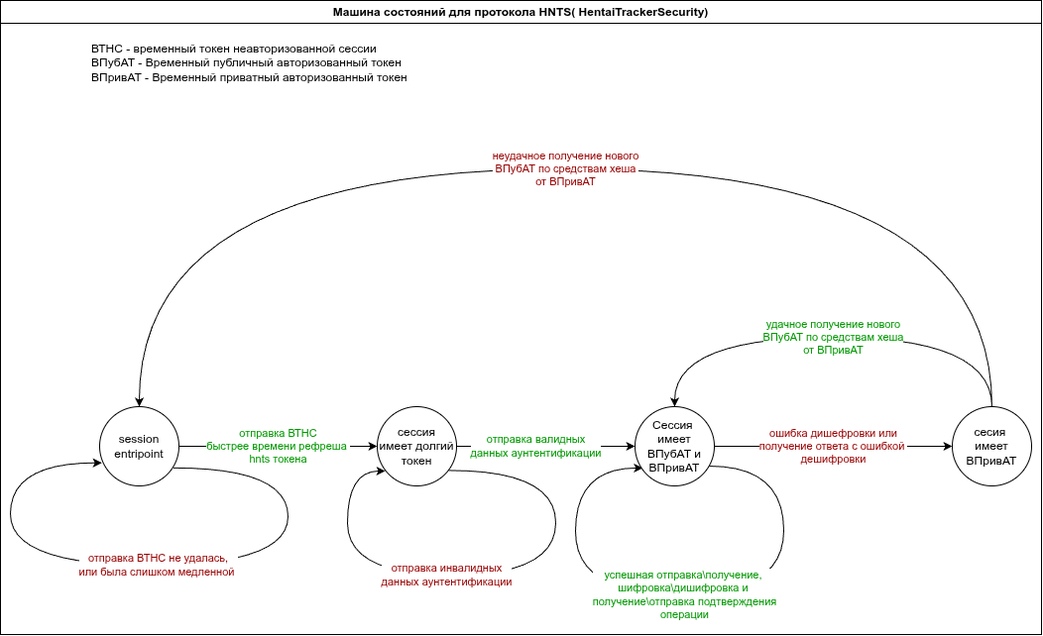
BlucherSKK/HentaiTraker keeps this draw.io diagram as doc/Машина состояний для протокола HNTS.png. Above is the earlier version. Source tidied: cells renumbered, new cells last; positions are measured from the earlier drawing's top-left corner, leaving out a move shared by most shapes.
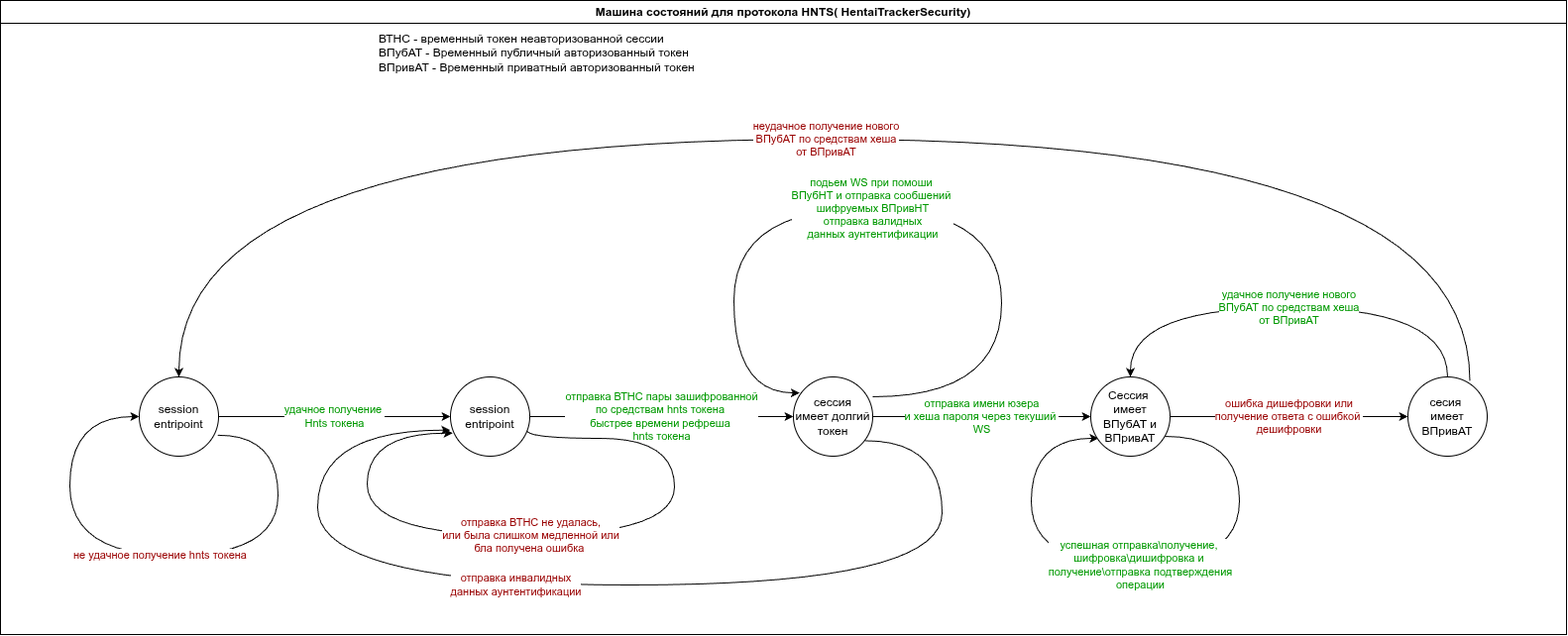
After the commit.

Commit message:
update security schema

Change to the diagram source:
```diff
@@ -2,83 +2,106 @@
   <root>
     <mxCell id="0" />
     <mxCell id="1" parent="0" />
+    <mxCell id="11" value="&lt;div&gt;ВТНС - временный токен неавторизованной сессии&lt;/div&gt;ВПубАТ - Временный публичный авторизованный токен&amp;nbsp;&lt;div&gt;ВПривАТ - Временный приватный авторизованный токен&lt;/div&gt;&lt;div&gt;&lt;br&gt;&lt;/div&gt;" style="text;html=1;whiteSpace=wrap;strokeColor=none;fillColor=none;align=left;verticalAlign=middle;rounded=0;" parent="1" vertex="1">
+      <mxGeometry x="90" y="20" width="570" height="100" as="geometry" />
+    </mxCell>
+    <mxCell id="15" value="Машина состояний для протокола HNTS( HentaiTrackerSecurity)" style="swimlane;whiteSpace=wrap;html=1;" parent="1" vertex="1">
+      <mxGeometry x="-290" y="10" width="1580" height="640" as="geometry" />
+    </mxCell>
-    <mxCell id="2" value="отправка ВТНС&lt;div&gt;быстрее времени рефреша&amp;nbsp;&lt;br&gt;hnts токена&lt;/div&gt;" style="edgeStyle=orthogonalEdgeStyle;rounded=0;jettySize=auto;html=1;entryX=0;entryY=0.5;entryDx=0;entryDy=0;fontColor=#009900;" parent="1" edge="1" target="7">
-      <mxGeometry relative="1" as="geometry">
-        <mxPoint x="180" y="450" as="sourcePoint" />
-      </mxGeometry>
+    <mxCell id="2" value="отправка ВТНС пары зашифрованной&lt;br&gt;по средствам hnts токена&amp;nbsp;&lt;div&gt;быстрее времени рефреша&amp;nbsp;&lt;br&gt;hnts токена&lt;/div&gt;" style="edgeStyle=orthogonalEdgeStyle;rounded=0;jettySize=auto;html=1;entryX=0;entryY=0.5;entryDx=0;entryDy=0;fontColor=#009900;exitX=1;exitY=0.5;exitDx=0;exitDy=0;" parent="15" edge="1" source="4" target="7">
+      <mxGeometry relative="1" as="geometry" />
     </mxCell>
-    <mxCell id="3" value="отправка ВТНС не удалась,&lt;br&gt;или была слишком медленной&amp;nbsp;" style="edgeStyle=orthogonalEdgeStyle;rounded=0;jettySize=auto;html=1;curved=1;exitX=0.932;exitY=0.811;exitDx=0;exitDy=0;exitPerimeter=0;entryX=0.027;entryY=0.709;entryDx=0;entryDy=0;entryPerimeter=0;fontColor=#990000;" parent="1" edge="1" target="4">
-      <mxGeometry relative="1" as="geometry">
-        <mxPoint x="174.6" y="471.8" as="sourcePoint" />
+    <mxCell id="3" value="отправка ВТНС не удалась,&lt;br&gt;или была слишком медленной или&lt;br&gt;бла получена ошибка&amp;nbsp;" style="edgeStyle=orthogonalEdgeStyle;rounded=0;orthogonalLoop=1;jettySize=auto;html=1;curved=1;exitX=0.961;exitY=0.673;exitDx=0;exitDy=0;exitPerimeter=0;entryX=0.027;entryY=0.709;entryDx=0;entryDy=0;entryPerimeter=0;fontColor=#990000;" parent="15" edge="1" source="4" target="4">
+      <mxGeometry x="0.06" relative="1" as="geometry">
         <Array as="points">
-          <mxPoint x="290" y="472" />
-          <mxPoint x="290" y="570" />
-          <mxPoint x="10" y="570" />
-          <mxPoint x="10" y="467" />
+          <mxPoint x="531" y="442" />
+          <mxPoint x="680" y="442" />
+          <mxPoint x="680" y="540" />
+          <mxPoint x="370" y="540" />
+          <mxPoint x="370" y="437" />
         </Array>
       </mxGeometry>
     </mxCell>
-    <mxCell id="4" value="session&lt;br&gt;entripoint" style="ellipse;whiteSpace=wrap;html=1;" parent="1" vertex="1">
-      <mxGeometry x="100" y="410" width="80" height="80" as="geometry" />
+    <mxCell id="4" value="session&lt;br&gt;entripoint" style="ellipse;whiteSpace=wrap;html=1;" parent="15" vertex="1">
+      <mxGeometry x="454" y="380" width="80" height="80" as="geometry" />
     </mxCell>
-    <mxCell id="5" value="отправка валидных&lt;br&gt;данных аунтентификации" style="edgeStyle=orthogonalEdgeStyle;rounded=0;jettySize=auto;html=1;entryX=0;entryY=0.5;entryDx=0;entryDy=0;fontColor=#009900;" parent="1" edge="1" target="10">
-      <mxGeometry x="0.04" relative="1" as="geometry">
-        <mxPoint x="432" y="450" as="sourcePoint" />
+    <mxCell id="5" value="подьем WS при помоши&amp;nbsp;&lt;br&gt;ВПубНТ и отправка сообшений&amp;nbsp;&lt;br&gt;шифруемых ВПривНТ&lt;br&gt;отправка валидных&lt;br&gt;данных аунтентификации" style="edgeStyle=orthogonalEdgeStyle;rounded=0;jettySize=auto;html=1;fontColor=#009900;curved=1;entryX=0.079;entryY=0.201;entryDx=0;entryDy=0;entryPerimeter=0;" parent="15" edge="1" target="7">
+      <mxGeometry x="0.07" relative="1" as="geometry">
+        <mxPoint x="880" y="400" as="sourcePoint" />
+        <Array as="points">
+          <mxPoint x="1010" y="400" />
+          <mxPoint x="1010" y="210" />
+          <mxPoint x="740" y="210" />
+          <mxPoint x="740" y="396" />
+        </Array>
       </mxGeometry>
     </mxCell>
-    <mxCell id="6" value="отправка инвалидных&lt;br&gt;данных аунтентификации" style="edgeStyle=orthogonalEdgeStyle;rounded=0;orthogonalLoop=1;jettySize=auto;html=1;entryX=0.101;entryY=0.812;entryDx=0;entryDy=0;entryPerimeter=0;curved=1;exitX=0.908;exitY=0.805;exitDx=0;exitDy=0;exitPerimeter=0;fontColor=#990000;" parent="1" edge="1" source="7" target="7">
+    <mxCell id="6" value="отправка инвалидных&lt;br&gt;данных аунтентификации" style="edgeStyle=orthogonalEdgeStyle;rounded=0;jettySize=auto;html=1;curved=1;exitX=0.908;exitY=0.805;exitDx=0;exitDy=0;exitPerimeter=0;fontColor=#990000;entryX=-0.003;entryY=0.671;entryDx=0;entryDy=0;entryPerimeter=0;" parent="15" edge="1" source="7" target="4">
       <mxGeometry x="0.14" relative="1" as="geometry">
         <Array as="points">
-          <mxPoint x="560" y="474" />
-          <mxPoint x="560" y="580" />
-          <mxPoint x="350" y="580" />
-          <mxPoint x="350" y="475" />
+          <mxPoint x="950" y="444" />
+          <mxPoint x="950" y="590" />
+          <mxPoint x="320" y="590" />
+          <mxPoint x="320" y="434" />
         </Array>
       </mxGeometry>
     </mxCell>
+    <mxCell id="16" value="отправка имени юзера&lt;br&gt;и хеша пароля через текуший&amp;nbsp;&lt;br&gt;WS" style="edgeStyle=orthogonalEdgeStyle;rounded=0;jettySize=auto;html=1;fontColor=#009900;" parent="15" edge="1" source="7" target="10">
+      <mxGeometry relative="1" as="geometry" />
+    </mxCell>
-    <mxCell id="7" value="сессия&lt;br&gt;имеет долгий&lt;br&gt;токен" style="ellipse;whiteSpace=wrap;html=1;" parent="1" vertex="1">
-      <mxGeometry x="380" y="410" width="80" height="80" as="geometry" />
+    <mxCell id="7" value="сессия&lt;br&gt;имеет долгий&lt;br&gt;токен" style="ellipse;whiteSpace=wrap;html=1;" parent="15" vertex="1">
+      <mxGeometry x="800" y="380" width="80" height="80" as="geometry" />
     </mxCell>
-    <mxCell id="8" value="успешная отправка\получение,&amp;nbsp;&lt;br&gt;шифровка\дишифровка и&amp;nbsp;&lt;br&gt;получение\отправка подтверждения&lt;br&gt;операции" style="edgeStyle=orthogonalEdgeStyle;rounded=0;orthogonalLoop=1;jettySize=auto;html=1;entryX=0.098;entryY=0.774;entryDx=0;entryDy=0;entryPerimeter=0;curved=1;fontColor=#009900;" parent="1" edge="1" source="10" target="10">
+    <mxCell id="8" value="успешная отправка\получение,&amp;nbsp;&lt;br&gt;шифровка\дишифровка и&amp;nbsp;&lt;br&gt;получение\отправка подтверждения&lt;br&gt;операции" style="edgeStyle=orthogonalEdgeStyle;rounded=0;orthogonalLoop=1;jettySize=auto;html=1;entryX=0.098;entryY=0.774;entryDx=0;entryDy=0;entryPerimeter=0;curved=1;fontColor=#009900;" parent="15" edge="1" source="10" target="10">
       <mxGeometry relative="1" as="geometry">
         <Array as="points">
-          <mxPoint x="790" y="470" />
-          <mxPoint x="790" y="600" />
-          <mxPoint x="580" y="600" />
-          <mxPoint x="580" y="472" />
+          <mxPoint x="1250" y="440" />
+          <mxPoint x="1250" y="570" />
+          <mxPoint x="1040" y="570" />
+          <mxPoint x="1040" y="442" />
         </Array>
       </mxGeometry>
     </mxCell>
-    <mxCell id="9" value="&lt;span style=&quot;font-family: Helvetica; font-size: 11px; font-style: normal; font-variant-ligatures: normal; font-variant-caps: normal; font-weight: 400; letter-spacing: normal; orphans: 2; text-align: center; text-indent: 0px; text-transform: none; widows: 2; word-spacing: 0px; -webkit-text-stroke-width: 0px; white-space: nowrap; background-color: rgb(255, 255, 255); text-decoration-thickness: initial; text-decoration-style: initial; text-decoration-color: initial; float: none; display: inline !important;&quot;&gt;ошибка дишефровки или&lt;/span&gt;&lt;br style=&quot;forced-color-adjust: none; font-family: Helvetica; font-size: 11px; font-style: normal; font-variant-ligatures: normal; font-variant-caps: normal; font-weight: 400; letter-spacing: normal; orphans: 2; text-align: center; text-indent: 0px; text-transform: none; widows: 2; word-spacing: 0px; -webkit-text-stroke-width: 0px; white-space: nowrap; text-decoration-thickness: initial; text-decoration-style: initial; text-decoration-color: initial;&quot;&gt;&lt;span style=&quot;font-family: Helvetica; font-size: 11px; font-style: normal; font-variant-ligatures: normal; font-variant-caps: normal; font-weight: 400; letter-spacing: normal; orphans: 2; text-align: center; text-indent: 0px; text-transform: none; widows: 2; word-spacing: 0px; -webkit-text-stroke-width: 0px; white-space: nowrap; background-color: rgb(255, 255, 255); text-decoration-thickness: initial; text-decoration-style: initial; text-decoration-color: initial; float: none; display: inline !important;&quot;&gt;получение ответа с ошибкой&amp;nbsp;&lt;/span&gt;&lt;br style=&quot;forced-color-adjust: none; font-family: Helvetica; font-size: 11px; font-style: normal; font-variant-ligatures: normal; font-variant-caps: normal; font-weight: 400; letter-spacing: normal; orphans: 2; text-align: center; text-indent: 0px; text-transform: none; widows: 2; word-spacing: 0px; -webkit-text-stroke-width: 0px; white-space: nowrap; text-decoration-thickness: initial; text-decoration-style: initial; text-decoration-color: initial;&quot;&gt;&lt;span style=&quot;font-family: Helvetica; font-size: 11px; font-style: normal; font-variant-ligatures: normal; font-variant-caps: normal; font-weight: 400; letter-spacing: normal; orphans: 2; text-align: center; text-indent: 0px; text-transform: none; widows: 2; word-spacing: 0px; -webkit-text-stroke-width: 0px; white-space: nowrap; background-color: rgb(255, 255, 255); text-decoration-thickness: initial; text-decoration-style: initial; text-decoration-color: initial; float: none; display: inline !important;&quot;&gt;дешифровки&lt;/span&gt;" style="edgeStyle=orthogonalEdgeStyle;rounded=0;jettySize=auto;html=1;fontColor=#990000;" parent="1" edge="1" source="10" target="14">
+    <mxCell id="9" value="&lt;span style=&quot;font-family: Helvetica; font-size: 11px; font-style: normal; font-variant-ligatures: normal; font-variant-caps: normal; font-weight: 400; letter-spacing: normal; orphans: 2; text-align: center; text-indent: 0px; text-transform: none; widows: 2; word-spacing: 0px; -webkit-text-stroke-width: 0px; white-space: nowrap; background-color: rgb(255, 255, 255); text-decoration-thickness: initial; text-decoration-style: initial; text-decoration-color: initial; float: none; display: inline !important;&quot;&gt;ошибка дишефровки или&lt;/span&gt;&lt;br style=&quot;forced-color-adjust: none; font-family: Helvetica; font-size: 11px; font-style: normal; font-variant-ligatures: normal; font-variant-caps: normal; font-weight: 400; letter-spacing: normal; orphans: 2; text-align: center; text-indent: 0px; text-transform: none; widows: 2; word-spacing: 0px; -webkit-text-stroke-width: 0px; white-space: nowrap; text-decoration-thickness: initial; text-decoration-style: initial; text-decoration-color: initial;&quot;&gt;&lt;span style=&quot;font-family: Helvetica; font-size: 11px; font-style: normal; font-variant-ligatures: normal; font-variant-caps: normal; font-weight: 400; letter-spacing: normal; orphans: 2; text-align: center; text-indent: 0px; text-transform: none; widows: 2; word-spacing: 0px; -webkit-text-stroke-width: 0px; white-space: nowrap; background-color: rgb(255, 255, 255); text-decoration-thickness: initial; text-decoration-style: initial; text-decoration-color: initial; float: none; display: inline !important;&quot;&gt;получение ответа с ошибкой&amp;nbsp;&lt;/span&gt;&lt;br style=&quot;forced-color-adjust: none; font-family: Helvetica; font-size: 11px; font-style: normal; font-variant-ligatures: normal; font-variant-caps: normal; font-weight: 400; letter-spacing: normal; orphans: 2; text-align: center; text-indent: 0px; text-transform: none; widows: 2; word-spacing: 0px; -webkit-text-stroke-width: 0px; white-space: nowrap; text-decoration-thickness: initial; text-decoration-style: initial; text-decoration-color: initial;&quot;&gt;&lt;span style=&quot;font-family: Helvetica; font-size: 11px; font-style: normal; font-variant-ligatures: normal; font-variant-caps: normal; font-weight: 400; letter-spacing: normal; orphans: 2; text-align: center; text-indent: 0px; text-transform: none; widows: 2; word-spacing: 0px; -webkit-text-stroke-width: 0px; white-space: nowrap; background-color: rgb(255, 255, 255); text-decoration-thickness: initial; text-decoration-style: initial; text-decoration-color: initial; float: none; display: inline !important;&quot;&gt;дешифровки&lt;/span&gt;" style="edgeStyle=orthogonalEdgeStyle;rounded=0;jettySize=auto;html=1;fontColor=#990000;" parent="15" edge="1" source="10" target="14">
       <mxGeometry relative="1" as="geometry" />
     </mxCell>
-    <mxCell id="10" value="Сессия&amp;nbsp;&lt;br&gt;имеет ВПубАТ и ВПривАТ" style="ellipse;whiteSpace=wrap;html=1;" parent="1" vertex="1">
-      <mxGeometry x="640" y="410" width="80" height="80" as="geometry" />
+    <mxCell id="10" value="Сессия&amp;nbsp;&lt;br&gt;имеет ВПубАТ и ВПривАТ" style="ellipse;whiteSpace=wrap;html=1;" parent="15" vertex="1">
+      <mxGeometry x="1100" y="380" width="80" height="80" as="geometry" />
     </mxCell>
-    <mxCell id="11" value="&lt;div&gt;ВТНС - временный токен неавторизованной сессии&lt;/div&gt;ВПубАТ - Временный публичный авторизованный токен&amp;nbsp;&lt;div&gt;ВПривАТ - Временный приватный авторизованный токен&lt;/div&gt;&lt;div&gt;&lt;br&gt;&lt;/div&gt;" style="text;html=1;whiteSpace=wrap;strokeColor=none;fillColor=none;align=left;verticalAlign=middle;rounded=0;" parent="1" vertex="1">
-      <mxGeometry x="90" y="20" width="570" height="100" as="geometry" />
-    </mxCell>
-    <mxCell id="12" value="удачное получение нового&lt;br&gt;ВПубАТ по средствам хеша&lt;br&gt;от ВПривАТ" style="edgeStyle=orthogonalEdgeStyle;rounded=0;jettySize=auto;html=1;curved=1;entryX=0.5;entryY=0;entryDx=0;entryDy=0;fontColor=#009900;" parent="1" edge="1" source="14" target="10">
+    <mxCell id="12" value="удачное получение нового&lt;br&gt;ВПубАТ по средствам хеша&lt;br&gt;от ВПривАТ" style="edgeStyle=orthogonalEdgeStyle;rounded=0;jettySize=auto;html=1;curved=1;entryX=0.5;entryY=0;entryDx=0;entryDy=0;fontColor=#009900;" parent="15" edge="1" source="14" target="10">
       <mxGeometry relative="1" as="geometry">
         <Array as="points">
-          <mxPoint x="1000" y="340" />
-          <mxPoint x="680" y="340" />
+          <mxPoint x="1460" y="310" />
+          <mxPoint x="1140" y="310" />
         </Array>
       </mxGeometry>
     </mxCell>
-    <mxCell id="13" value="неудачное получение нового&lt;br&gt;ВПубАТ по средствам хеша&lt;br&gt;от ВПривАТ" style="edgeStyle=orthogonalEdgeStyle;rounded=0;jettySize=auto;html=1;curved=1;fontColor=#990000;" parent="1" edge="1" source="14" target="4">
+    <mxCell id="13" value="неудачное получение нового&lt;br&gt;ВПубАТ по средствам хеша&lt;br&gt;от ВПривАТ" style="edgeStyle=orthogonalEdgeStyle;rounded=0;jettySize=auto;html=1;curved=1;fontColor=#990000;exitX=0.781;exitY=0.048;exitDx=0;exitDy=0;exitPerimeter=0;" parent="15" edge="1" source="14" target="19">
       <mxGeometry relative="1" as="geometry">
         <Array as="points">
-          <mxPoint x="1000" y="170" />
-          <mxPoint x="140" y="170" />
+          <mxPoint x="1483" y="140" />
+          <mxPoint x="180" y="140" />
         </Array>
       </mxGeometry>
     </mxCell>
-    <mxCell id="14" value="сесия&amp;nbsp;&lt;br&gt;имеет&lt;br&gt;ВПривАТ" style="ellipse;whiteSpace=wrap;html=1;" parent="1" vertex="1">
-      <mxGeometry x="960" y="410" width="80" height="80" as="geometry" />
+    <mxCell id="14" value="сесия&amp;nbsp;&lt;br&gt;имеет&lt;br&gt;ВПривАТ" style="ellipse;whiteSpace=wrap;html=1;" parent="15" vertex="1">
+      <mxGeometry x="1420" y="380" width="80" height="80" as="geometry" />
     </mxCell>
-    <mxCell id="15" value="Машина состояний для протокола HNTS( HentaiTrackerSecurity)" style="swimlane;whiteSpace=wrap;html=1;" parent="1" vertex="1">
-      <mxGeometry width="1050" height="640" as="geometry" />
-    </mxCell>
+    <mxCell id="17" value="&lt;font style=&quot;color: rgb(0, 153, 0);&quot;&gt;удачное получение&amp;nbsp;&lt;br&gt;Hnts токена&lt;/font&gt;" style="edgeStyle=orthogonalEdgeStyle;rounded=0;jettySize=auto;html=1;entryX=0;entryY=0.5;entryDx=0;entryDy=0;" parent="15" edge="1" source="19" target="4">
+      <mxGeometry relative="1" as="geometry" />
+    </mxCell>
+    <mxCell id="18" value="&lt;font style=&quot;color: rgb(153, 0, 0);&quot;&gt;не удачное получение hnts токена&lt;/font&gt;" style="edgeStyle=orthogonalEdgeStyle;rounded=0;orthogonalLoop=1;jettySize=auto;html=1;curved=1;exitX=0.991;exitY=0.735;exitDx=0;exitDy=0;exitPerimeter=0;" parent="15" edge="1" source="19" target="19">
+      <mxGeometry relative="1" as="geometry">
+        <Array as="points">
+          <mxPoint x="280" y="439" />
+          <mxPoint x="280" y="560" />
+          <mxPoint x="70" y="560" />
+          <mxPoint x="70" y="420" />
+        </Array>
+      </mxGeometry>
+    </mxCell>
+    <mxCell id="19" value="session&lt;br&gt;entripoint" style="ellipse;whiteSpace=wrap;html=1;" parent="15" vertex="1">
+      <mxGeometry x="140" y="380" width="80" height="80" as="geometry" />
+    </mxCell>
   </root>
 </mxGraphModel>
```
